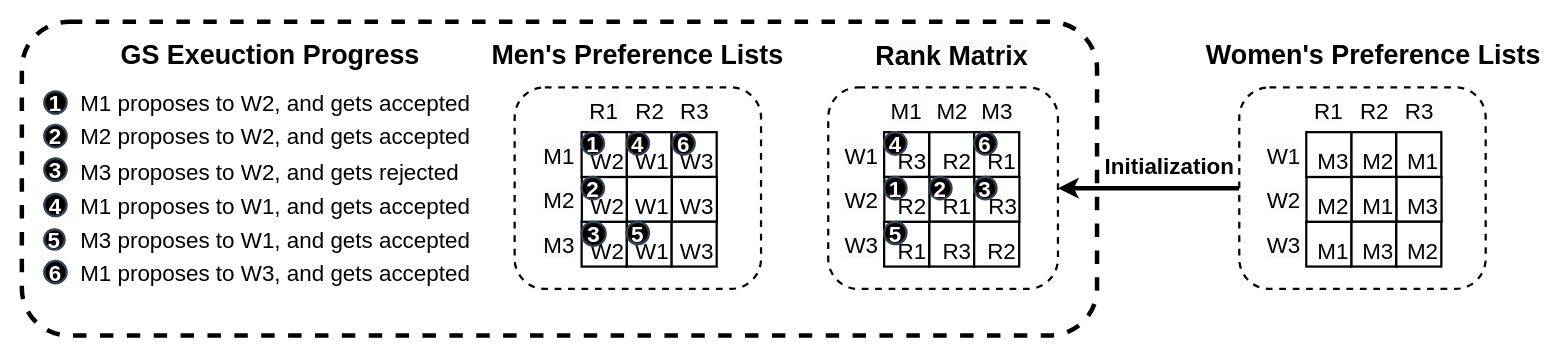
victorliu-sq/BambooSMP-Figures keeps this draw.io diagram as newGSExec.drawio. Above is the earlier version. Source tidied: cells renumbered, new cells numbered last; positions are measured from the earlier drawing's top-left corner, leaving out a move shared by most shapes. Both pictures are drawn from the tidied source at 112%, with x=0, y=0 at pixel (21, 21).
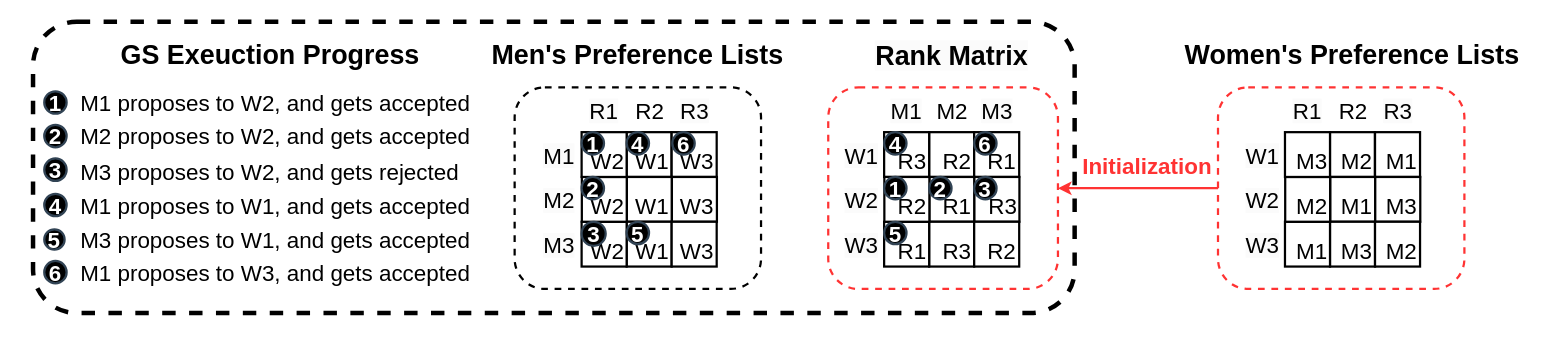
Above is the later version.

What changed in the source:
```diff
@@
     <mxCell id="2" style="rounded=1;whiteSpace=wrap;html=1;strokeWidth=4;dashed=1;fillColor=none;" parent="1" vertex="1">
-      <mxGeometry width="960" height="280" as="geometry" />
+      <mxGeometry x="10" width="930" height="260" as="geometry" />
     </mxCell>
@@
-    <mxCell id="4" style="rounded=1;whiteSpace=wrap;html=1;strokeWidth=2;dashed=1;" parent="1" vertex="1">
+    <mxCell id="4" style="rounded=1;whiteSpace=wrap;html=1;strokeWidth=2;dashed=1;strokeColor=#FF3333;" parent="1" vertex="1">
       <mxGeometry x="720" y="58.5" width="205.1" height="180" as="geometry" />
     </mxCell>
@@
-    <mxCell id="61" style="edgeStyle=orthogonalEdgeStyle;rounded=0;jettySize=auto;html=1;exitX=0;exitY=0.5;exitDx=0;exitDy=0;entryX=1;entryY=0.5;entryDx=0;entryDy=0;strokeWidth=4;" parent="1" edge="1" source="62" target="4">
+    <mxCell id="61" style="edgeStyle=orthogonalEdgeStyle;rounded=0;jettySize=auto;html=1;exitX=0;exitY=0.5;exitDx=0;exitDy=0;entryX=1;entryY=0.5;entryDx=0;entryDy=0;strokeWidth=2;strokeColor=#FF3333;" parent="1" edge="1" source="62" target="4">
       <mxGeometry relative="1" as="geometry" />
     </mxCell>
-    <mxCell id="62" style="rounded=1;whiteSpace=wrap;html=1;strokeWidth=2;dashed=1;" parent="1" vertex="1">
-      <mxGeometry x="1087" y="58.5" width="220" height="180" as="geometry" />
+    <mxCell id="62" style="rounded=1;whiteSpace=wrap;html=1;strokeWidth=2;dashed=1;strokeColor=#FF3333;" parent="1" vertex="1">
+      <mxGeometry x="1068" y="58.5" width="220" height="180" as="geometry" />
     </mxCell>
     <mxCell id="63" value="M2" style="rounded=0;whiteSpace=wrap;html=1;fontSize=20;align=right;verticalAlign=bottom;strokeWidth=2;" parent="1" vertex="1">
-      <mxGeometry x="1187" y="98.5" width="40.1" height="40" as="geometry" />
+      <mxGeometry x="1168" y="98.5" width="40.1" height="40" as="geometry" />
     </mxCell>
     <mxCell id="64" value="M1" style="rounded=0;whiteSpace=wrap;html=1;fontSize=20;align=right;verticalAlign=bottom;strokeWidth=2;" parent="1" vertex="1">
-      <mxGeometry x="1227.2" y="98.5" width="40.2" height="40" as="geometry" />
+      <mxGeometry x="1208.2" y="98.5" width="40.2" height="40" as="geometry" />
     </mxCell>
     <mxCell id="65" value="M1" style="rounded=0;whiteSpace=wrap;html=1;fontSize=20;align=right;verticalAlign=bottom;strokeWidth=2;" parent="1" vertex="1">
-      <mxGeometry x="1187.2" y="138.5" width="40.2" height="40" as="geometry" />
+      <mxGeometry x="1168.2" y="138.5" width="40.2" height="40" as="geometry" />
     </mxCell>
     <mxCell id="66" value="M3" style="rounded=0;whiteSpace=wrap;html=1;fontSize=20;align=right;verticalAlign=bottom;strokeWidth=2;" parent="1" vertex="1">
-      <mxGeometry x="1227.4" y="138.5" width="40.2" height="40" as="geometry" />
+      <mxGeometry x="1208.4" y="138.5" width="40.2" height="40" as="geometry" />
     </mxCell>
     <mxCell id="67" value="M3" style="rounded=0;whiteSpace=wrap;html=1;fontSize=20;align=right;verticalAlign=bottom;strokeWidth=2;" parent="1" vertex="1">
-      <mxGeometry x="1187" y="178.5" width="40.2" height="40" as="geometry" />
+      <mxGeometry x="1168" y="178.5" width="40.2" height="40" as="geometry" />
     </mxCell>
     <mxCell id="68" value="M2" style="rounded=0;whiteSpace=wrap;html=1;fontSize=20;align=right;verticalAlign=bottom;strokeWidth=2;" parent="1" vertex="1">
-      <mxGeometry x="1227.2" y="178.5" width="40.2" height="40" as="geometry" />
+      <mxGeometry x="1208.2" y="178.5" width="40.2" height="40" as="geometry" />
     </mxCell>
     <mxCell id="69" value="M1" style="rounded=0;whiteSpace=wrap;html=1;strokeWidth=2;fontSize=20;align=right;verticalAlign=bottom;" parent="1" vertex="1">
-      <mxGeometry x="1146.8" y="178.5" width="40.2" height="40" as="geometry" />
+      <mxGeometry x="1127.8" y="178.5" width="40.2" height="40" as="geometry" />
     </mxCell>
     <mxCell id="70" value="&lt;span style=&quot;font-size: 24px; text-wrap: nowrap;&quot;&gt;&lt;span style=&quot;font-size: 24px;&quot;&gt;Women's Preference Lists&lt;/span&gt;&lt;/span&gt;" style="text;whiteSpace=wrap;html=1;align=center;strokeColor=none;verticalAlign=middle;strokeWidth=0;fontSize=24;fontStyle=1;" parent="1" vertex="1">
-      <mxGeometry x="1072" y="20" width="270.1" height="20" as="geometry" />
+      <mxGeometry x="1053" y="20" width="270.1" height="20" as="geometry" />
     </mxCell>
     <mxCell id="71" value="&lt;span style=&quot;color: rgb(0, 0, 0); font-family: Helvetica; font-size: 20px; font-style: normal; font-variant-ligatures: normal; font-variant-caps: normal; font-weight: 400; letter-spacing: normal; orphans: 2; text-indent: 0px; text-transform: none; widows: 2; word-spacing: 0px; -webkit-text-stroke-width: 0px; white-space: normal; background-color: rgb(251, 251, 251); text-decoration-thickness: initial; text-decoration-style: initial; text-decoration-color: initial; float: none; display: inline !important;&quot;&gt;W1&lt;/span&gt;" style="text;whiteSpace=wrap;html=1;align=center;verticalAlign=middle;fontSize=20;" parent="1" vertex="1">
-      <mxGeometry x="1107" y="98.5" width="40" height="40" as="geometry" />
+      <mxGeometry x="1088" y="98.5" width="40" height="40" as="geometry" />
     </mxCell>
     <mxCell id="72" value="&lt;span style=&quot;color: rgb(0, 0, 0); font-family: Helvetica; font-size: 20px; font-style: normal; font-variant-ligatures: normal; font-variant-caps: normal; font-weight: 400; letter-spacing: normal; orphans: 2; text-indent: 0px; text-transform: none; widows: 2; word-spacing: 0px; -webkit-text-stroke-width: 0px; white-space: normal; background-color: rgb(251, 251, 251); text-decoration-thickness: initial; text-decoration-style: initial; text-decoration-color: initial; float: none; display: inline !important;&quot;&gt;W2&lt;/span&gt;" style="text;whiteSpace=wrap;html=1;align=center;verticalAlign=middle;fontSize=20;" parent="1" vertex="1">
-      <mxGeometry x="1107" y="138.5" width="40" height="40" as="geometry" />
+      <mxGeometry x="1088" y="138.5" width="40" height="40" as="geometry" />
     </mxCell>
     <mxCell id="73" value="&lt;span style=&quot;color: rgb(0, 0, 0); font-family: Helvetica; font-size: 20px; font-style: normal; font-variant-ligatures: normal; font-variant-caps: normal; font-weight: 400; letter-spacing: normal; orphans: 2; text-indent: 0px; text-transform: none; widows: 2; word-spacing: 0px; -webkit-text-stroke-width: 0px; white-space: normal; background-color: rgb(251, 251, 251); text-decoration-thickness: initial; text-decoration-style: initial; text-decoration-color: initial; float: none; display: inline !important;&quot;&gt;W3&lt;/span&gt;" style="text;whiteSpace=wrap;html=1;align=center;verticalAlign=middle;fontSize=20;" parent="1" vertex="1">
-      <mxGeometry x="1107" y="178.5" width="40" height="40" as="geometry" />
+      <mxGeometry x="1088" y="178.5" width="40" height="40" as="geometry" />
     </mxCell>
     <mxCell id="74" value="&lt;span style=&quot;color: rgb(0, 0, 0); font-family: Helvetica; font-size: 20px; font-style: normal; font-variant-ligatures: normal; font-variant-caps: normal; font-weight: 400; letter-spacing: normal; orphans: 2; text-indent: 0px; text-transform: none; widows: 2; word-spacing: 0px; -webkit-text-stroke-width: 0px; white-space: normal; background-color: rgb(251, 251, 251); text-decoration-thickness: initial; text-decoration-style: initial; text-decoration-color: initial; float: none; display: inline !important;&quot;&gt;R1&lt;/span&gt;" style="text;whiteSpace=wrap;html=1;align=center;verticalAlign=middle;fontSize=20;" parent="1" vertex="1">
-      <mxGeometry x="1147.2" y="58.5" width="40" height="40" as="geometry" />
+      <mxGeometry x="1128.2" y="58.5" width="40" height="40" as="geometry" />
     </mxCell>
     <mxCell id="75" value="R2" style="text;whiteSpace=wrap;html=1;align=center;verticalAlign=middle;fontSize=20;" parent="1" vertex="1">
-      <mxGeometry x="1187.7" y="58.5" width="40" height="40" as="geometry" />
+      <mxGeometry x="1168.7" y="58.5" width="40" height="40" as="geometry" />
     </mxCell>
     <mxCell id="76" value="&lt;span style=&quot;color: rgb(0, 0, 0); font-family: Helvetica; font-size: 20px; font-style: normal; font-variant-ligatures: normal; font-variant-caps: normal; font-weight: 400; letter-spacing: normal; orphans: 2; text-indent: 0px; text-transform: none; widows: 2; word-spacing: 0px; -webkit-text-stroke-width: 0px; white-space: normal; background-color: rgb(251, 251, 251); text-decoration-thickness: initial; text-decoration-style: initial; text-decoration-color: initial; float: none; display: inline !important;&quot;&gt;R3&lt;/span&gt;" style="text;whiteSpace=wrap;html=1;align=center;verticalAlign=middle;fontSize=20;" parent="1" vertex="1">
-      <mxGeometry x="1227.5" y="58.5" width="40" height="40" as="geometry" />
+      <mxGeometry x="1208.5" y="58.5" width="40" height="40" as="geometry" />
     </mxCell>
     <mxCell id="77" value="M2" style="rounded=0;whiteSpace=wrap;html=1;strokeWidth=2;fontSize=20;align=right;verticalAlign=bottom;" parent="1" vertex="1">
-      <mxGeometry x="1147" y="138.5" width="40.1" height="40" as="geometry" />
+      <mxGeometry x="1128" y="138.5" width="40.1" height="40" as="geometry" />
     </mxCell>
     <mxCell id="78" value="&lt;span style=&quot;font-size: 20px;&quot;&gt;M3&lt;/span&gt;" style="rounded=0;whiteSpace=wrap;html=1;strokeWidth=2;fontSize=20;strokeColor=default;align=right;verticalAlign=bottom;fontFamily=Helvetica;fontColor=default;fillColor=default;fontStyle=0;" parent="1" vertex="1">
-      <mxGeometry x="1146.8" y="98.5" width="40.2" height="40" as="geometry" />
+      <mxGeometry x="1127.8" y="98.5" width="40.2" height="40" as="geometry" />
     </mxCell>
+    <mxCell id="80" value="&lt;span style=&quot;font-size: 24px; text-wrap: nowrap;&quot;&gt;&lt;span style=&quot;font-size: 24px;&quot;&gt;GS Exeuction Progress&lt;/span&gt;&lt;/span&gt;" style="text;whiteSpace=wrap;html=1;align=center;strokeColor=none;verticalAlign=middle;strokeWidth=0;fontSize=24;fontStyle=1;" parent="1" vertex="1">
+      <mxGeometry x="81.1" y="20" width="282.3" height="20" as="geometry" />
+    </mxCell>
-    <mxCell id="79" value="&lt;font style=&quot;font-size: 20px;&quot;&gt;&lt;b style=&quot;font-size: 20px;&quot;&gt;Initialization&lt;/b&gt;&lt;/font&gt;" style="text;html=1;align=center;verticalAlign=middle;whiteSpace=wrap;rounded=0;fontSize=20;" parent="1" vertex="1">
-      <mxGeometry x="955" y="110.5" width="140" height="34.8" as="geometry" />
+    <mxCell id="79" value="&lt;font style=&quot;font-size: 20px;&quot;&gt;&lt;b style=&quot;font-size: 20px;&quot;&gt;Initialization&lt;/b&gt;&lt;/font&gt;" style="text;html=1;align=center;verticalAlign=middle;whiteSpace=wrap;rounded=0;fontSize=20;fontColor=#FF3333;" parent="1" vertex="1">
+      <mxGeometry x="935" y="110.5" width="140" height="34.8" as="geometry" />
     </mxCell>
-    <mxCell id="80" value="&lt;span style=&quot;font-size: 24px; text-wrap: nowrap;&quot;&gt;&lt;span style=&quot;font-size: 24px;&quot;&gt;GS Exeuction Progress&lt;/span&gt;&lt;/span&gt;" style="text;whiteSpace=wrap;html=1;align=center;strokeColor=none;verticalAlign=middle;strokeWidth=0;fontSize=24;fontStyle=1;" parent="1" vertex="1">
-      <mxGeometry x="81.1" y="20" width="282.3" height="20" as="geometry" />
-    </mxCell>
```
